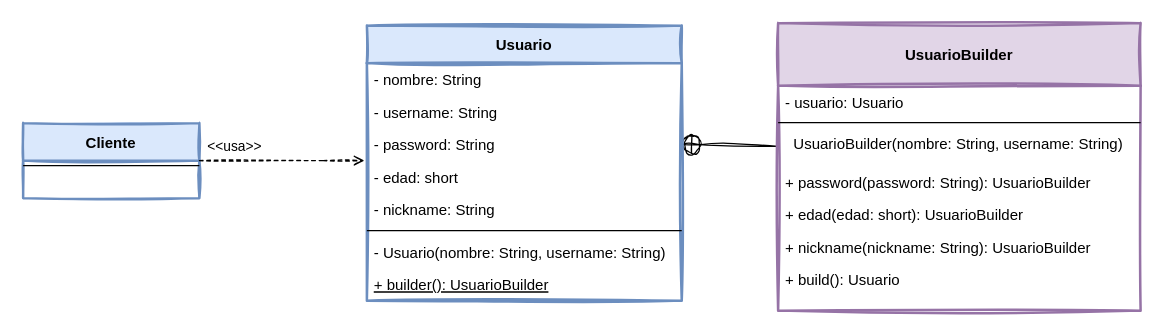
Earlier version of the draw.io diagram page "Plantilla B - Ejemplo" (6 of 6) of Builder.drawio (JavaTutoriales/Builder). Source tidied: cells renumbered, new cells numbered last; positions are measured from the earlier drawing's top-left corner, leaving out a move shared by most shapes. Both pictures are drawn from the tidied source at 125%, with x=0, y=0 at pixel (22, 22).
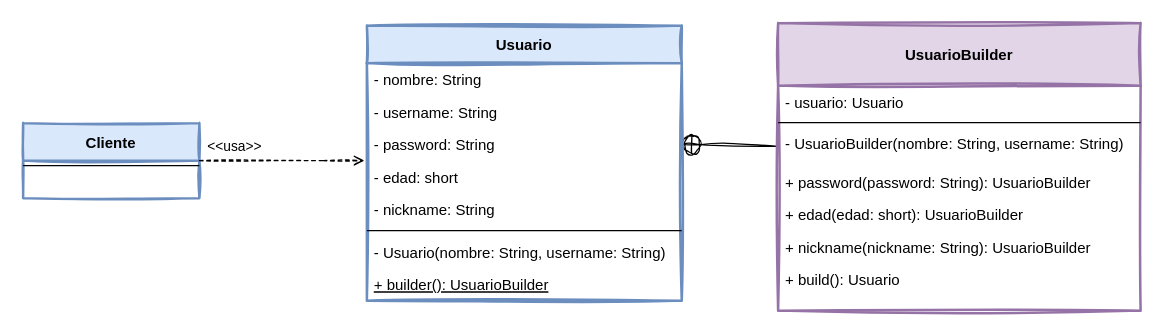
The same diagram, later.

Unchanged cells that the change refers to:
```xml
<mxCell id="15" value="UsuarioBuilder" style="swimlane;fontStyle=1;align=center;verticalAlign=middle;horizontal=1;startSize=50;rounded=0;shadow=0;strokeWidth=2;strokeColor=#9673a6;fillColor=#e1d5e7;swimlaneFillColor=rgba(255, 255, 255, 1);sketch=1;fillStyle=solid;" parent="1" vertex="1">
  <mxGeometry x="604" width="290" height="230" as="geometry" />
</mxCell>
```

The edit, as a diff of the source:
```diff
@@
-    <mxCell id="18" value="  UsuarioBuilder(nombre: String, username: String)" style="text;strokeColor=none;fillColor=none;align=left;verticalAlign=top;spacingLeft=4;spacingRight=4;overflow=hidden;points=[[0,0.5],[1,0.5]];portConstraint=eastwest;rounded=1;sketch=1;fillStyle=solid;startSize=30;" parent="15" vertex="1">
+    <mxCell id="18" value="- UsuarioBuilder(nombre: String, username: String)" style="text;strokeColor=none;fillColor=none;align=left;verticalAlign=top;spacingLeft=4;spacingRight=4;overflow=hidden;points=[[0,0.5],[1,0.5]];portConstraint=eastwest;rounded=1;sketch=1;fillStyle=solid;startSize=30;" parent="15" vertex="1">
       <mxGeometry y="83" width="290" height="31" as="geometry" />
     </mxCell>
```
